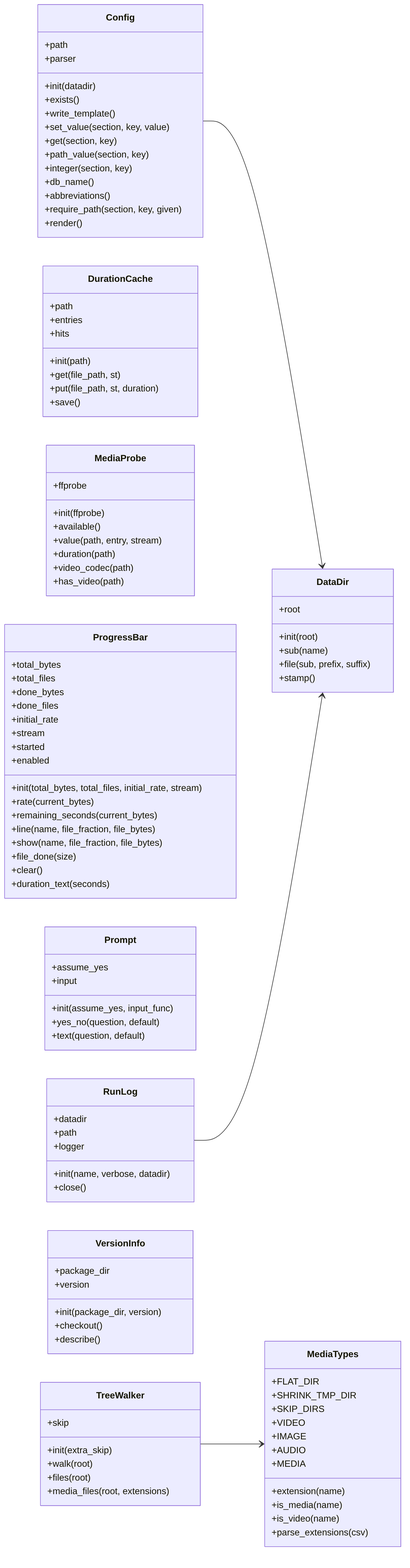
The Mermaid diagram docs/img/uml_core.png in peddanet/mediatools, before a commit. Its source is kept beside it as docs/img/uml_core.mmd.
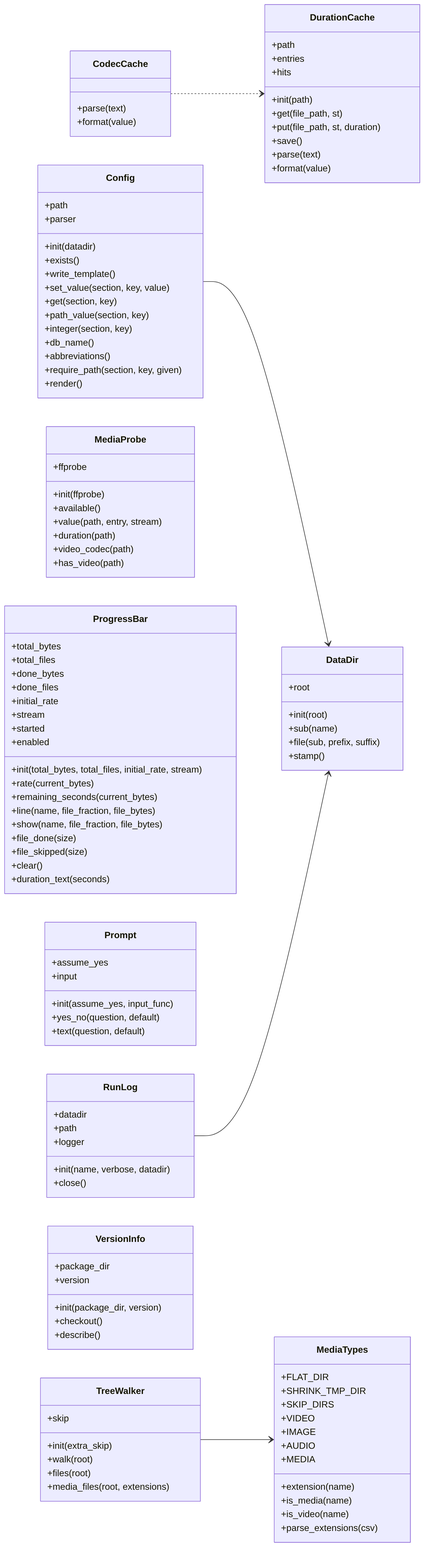
The same diagram one commit later.

The edit, as a diff of the source:
```diff
@@ -1,5 +1,9 @@
 classDiagram
   direction LR
+  class CodecCache {
+    +parse(text)
+    +format(value)
+  }
   class Config {
     +path
     +parser
@@ -30,6 +34,8 @@
     +get(file_path, st)
     +put(file_path, st, duration)
     +save()
+    +parse(text)
+    +format(value)
   }
   class MediaTypes {
     +FLAT_DIR
@@ -68,6 +74,7 @@
     +line(name, file_fraction, file_bytes)
     +show(name, file_fraction, file_bytes)
     +file_done(size)
+    +file_skipped(size)
     +clear()
     +duration_text(seconds)
   }
@@ -99,6 +106,7 @@
     +files(root)
     +media_files(root, extensions)
   }
+  CodecCache ..> DurationCache
   Config --> DataDir
   RunLog --> DataDir
   TreeWalker --> MediaTypes
```
